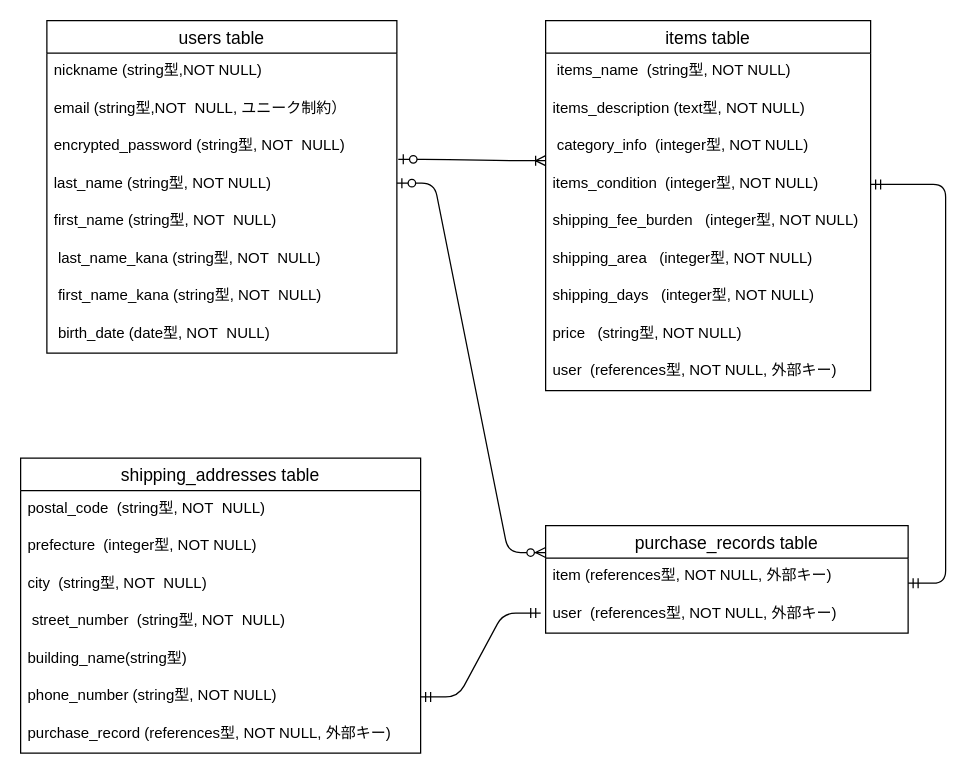
Earlier version of the draw.io diagram test.dio (eat-rice-crackers/furima-40436). Source tidied: cells renumbered, new cells numbered last; positions are measured from the earlier drawing's top-left corner, leaving out a move shared by most shapes. Both pictures are drawn from the tidied source at 125%, with x=0, y=0 at pixel (20, 20).
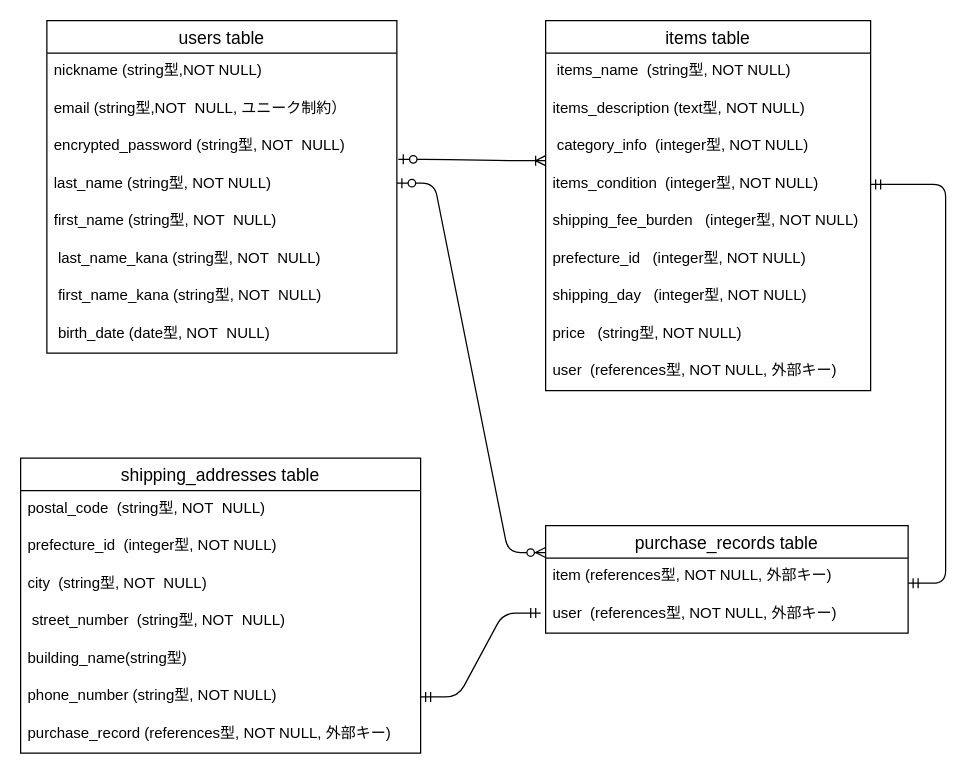
Above is the later version.

The change refers to these unchanged cells:
```xml
<mxCell id="11" value="items table" style="swimlane;fontStyle=0;horizontal=1;startSize=26;align=center;fontSize=14;" parent="1" vertex="1">
  <mxGeometry x="420" width="260" height="296" as="geometry" />
</mxCell>
<mxCell id="22" value="shipping_addresses table" style="swimlane;fontStyle=0;horizontal=1;startSize=26;align=center;fontSize=14;" parent="1" vertex="1">
  <mxGeometry y="350" width="320" height="236" as="geometry" />
</mxCell>
```

Diff of the diagram source:
```diff
@@
-    <mxCell id="17" value="shipping_area   (integer型, NOT NULL)" style="text;strokeColor=none;fillColor=none;spacingLeft=4;spacingRight=4;overflow=hidden;fontSize=12;" parent="11" vertex="1">
+    <mxCell id="17" value="prefecture_id   (integer型, NOT NULL)" style="text;strokeColor=none;fillColor=none;spacingLeft=4;spacingRight=4;overflow=hidden;fontSize=12;" parent="11" vertex="1">
       <mxGeometry y="176" width="260" height="30" as="geometry" />
     </mxCell>
-    <mxCell id="18" value="shipping_days   (integer型, NOT NULL)" style="text;strokeColor=none;fillColor=none;spacingLeft=4;spacingRight=4;overflow=hidden;fontSize=12;" parent="11" vertex="1">
+    <mxCell id="18" value="shipping_day   (integer型, NOT NULL)" style="text;strokeColor=none;fillColor=none;spacingLeft=4;spacingRight=4;overflow=hidden;fontSize=12;" parent="11" vertex="1">
       <mxGeometry y="206" width="260" height="30" as="geometry" />
     </mxCell>
@@
-    <mxCell id="24" value="prefecture  (integer型, NOT NULL)" style="text;strokeColor=none;fillColor=none;spacingLeft=4;spacingRight=4;overflow=hidden;fontSize=12;" parent="22" vertex="1">
+    <mxCell id="24" value="prefecture_id  (integer型, NOT NULL)" style="text;strokeColor=none;fillColor=none;spacingLeft=4;spacingRight=4;overflow=hidden;fontSize=12;" parent="22" vertex="1">
       <mxGeometry y="56" width="320" height="30" as="geometry" />
     </mxCell>
```
